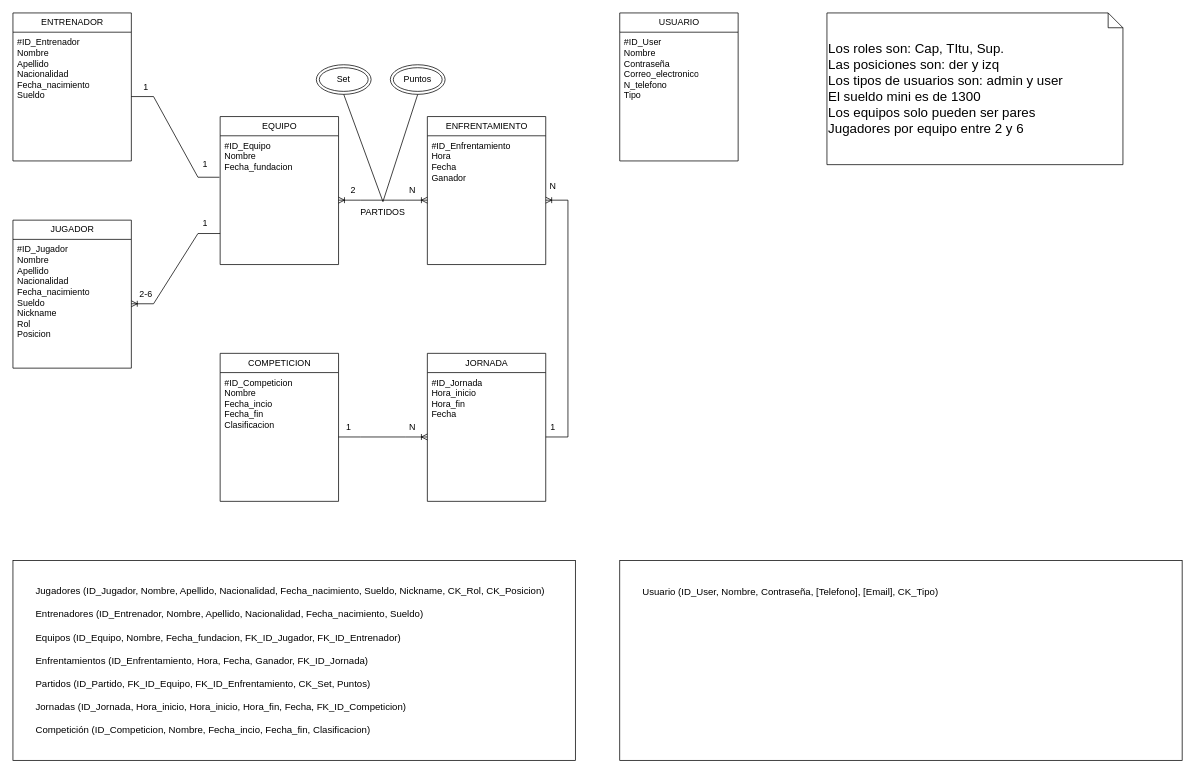
Above: BBDD/Fase1/MER_G1_F1.drawio in oierbarron49018/RetoGrupo1 (draw.io), before the change. Source tidied: cells renumbered, new cells numbered last; positions are measured from the earlier drawing's top-left corner, leaving out a move shared by most shapes. Both pictures are drawn from the tidied source at 74%, with x=0, y=0 at pixel (13, 13).
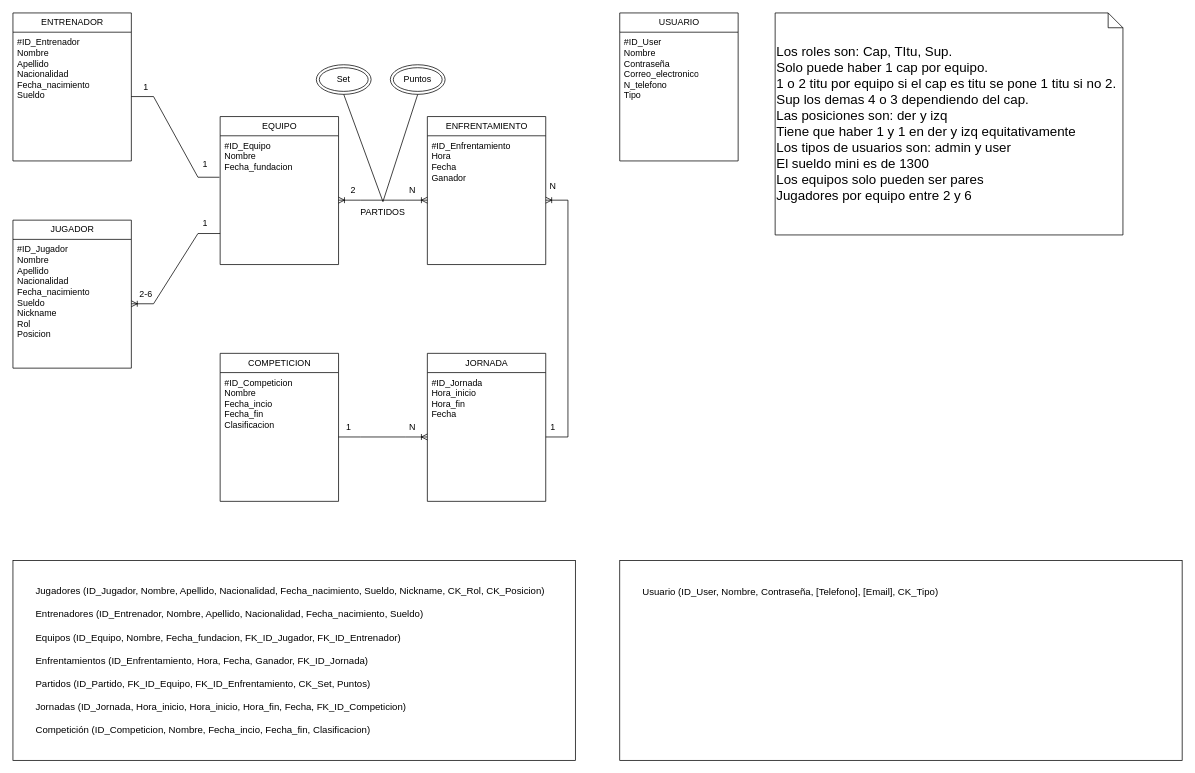
The same page after the edit.

Change to the diagram source:
```diff
@@
-    <mxCell id="38" value="&lt;font style=&quot;font-size: 18px;&quot;&gt;Los roles son: Cap, TItu, Sup.&amp;nbsp;&lt;/font&gt;&lt;div&gt;&lt;font style=&quot;font-size: 18px;&quot;&gt;Las posiciones son: der y izq&lt;/font&gt;&lt;/div&gt;&lt;div&gt;&lt;font style=&quot;font-size: 18px;&quot;&gt;Los tipos de usuarios son: admin y user&lt;/font&gt;&lt;/div&gt;&lt;div&gt;&lt;font style=&quot;font-size: 18px;&quot;&gt;El sueldo mini es de 1300&lt;/font&gt;&lt;/div&gt;&lt;div&gt;&lt;font style=&quot;font-size: 18px;&quot;&gt;Los equipos solo pueden ser pares&lt;/font&gt;&lt;/div&gt;&lt;div&gt;&lt;font style=&quot;font-size: 18px;&quot;&gt;Jugadores por equipo entre 2 y 6&lt;/font&gt;&lt;/div&gt;" style="shape=note;size=20;whiteSpace=wrap;html=1;align=left;" parent="1" vertex="1">
-      <mxGeometry x="1100" width="400" height="205" as="geometry" />
+    <mxCell id="38" value="&lt;font style=&quot;font-size: 18px;&quot;&gt;Los roles son: Cap, TItu, Sup.&amp;nbsp;&lt;/font&gt;&lt;div&gt;&lt;span style=&quot;font-size: 18px;&quot;&gt;Solo puede haber 1 cap por equipo.&lt;/span&gt;&lt;/div&gt;&lt;div&gt;&lt;span style=&quot;font-size: 18px;&quot;&gt;1 o 2 titu por equipo si el cap es titu se pone 1 titu si no 2.&lt;/span&gt;&lt;/div&gt;&lt;div&gt;&lt;span style=&quot;font-size: 18px;&quot;&gt;Sup los demas 4 o 3 dependiendo del cap.&lt;/span&gt;&lt;/div&gt;&lt;div&gt;&lt;div&gt;&lt;font style=&quot;font-size: 18px;&quot;&gt;Las posiciones son: der y izq&lt;/font&gt;&lt;/div&gt;&lt;div&gt;&lt;span style=&quot;font-size: 18px; background-color: transparent; color: light-dark(#000000, var(--ge-light-color, #ffffff));&quot;&gt;Tiene que haber 1 y 1 en der y izq equitativamente&lt;/span&gt;&lt;/div&gt;&lt;div&gt;&lt;span style=&quot;font-size: 18px; background-color: transparent; color: light-dark(#000000, var(--ge-light-color, #ffffff));&quot;&gt;Los tipos de usuarios son: admin y user&lt;/span&gt;&lt;/div&gt;&lt;div&gt;&lt;font style=&quot;font-size: 18px;&quot;&gt;El sueldo mini es de 1300&lt;/font&gt;&lt;/div&gt;&lt;div&gt;&lt;font style=&quot;font-size: 18px;&quot;&gt;Los equipos solo pueden ser pares&lt;/font&gt;&lt;/div&gt;&lt;div&gt;&lt;font style=&quot;font-size: 18px;&quot;&gt;Jugadores por equipo entre 2 y 6&lt;/font&gt;&lt;/div&gt;&lt;/div&gt;" style="shape=note;size=20;whiteSpace=wrap;html=1;align=left;" parent="1" vertex="1">
+      <mxGeometry x="1030" width="470" height="300" as="geometry" />
     </mxCell>
```
